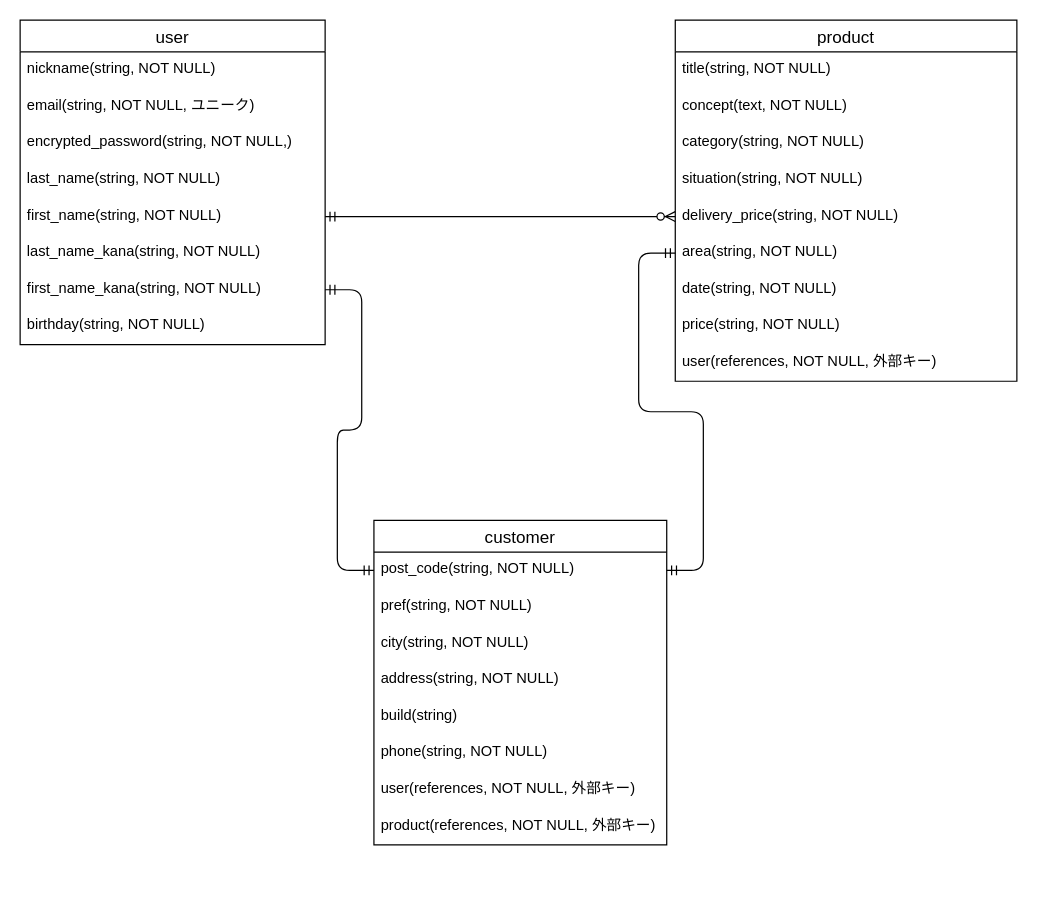
Before: furima.dio in gi-hagi/furima-38644, a draw.io diagram. Source tidied: cells renumbered, new cells numbered last; positions are measured from the earlier drawing's top-left corner, leaving out a move shared by most shapes. Both pictures are drawn from the tidied source at 122%, with x=0, y=0 at pixel (20, 20).
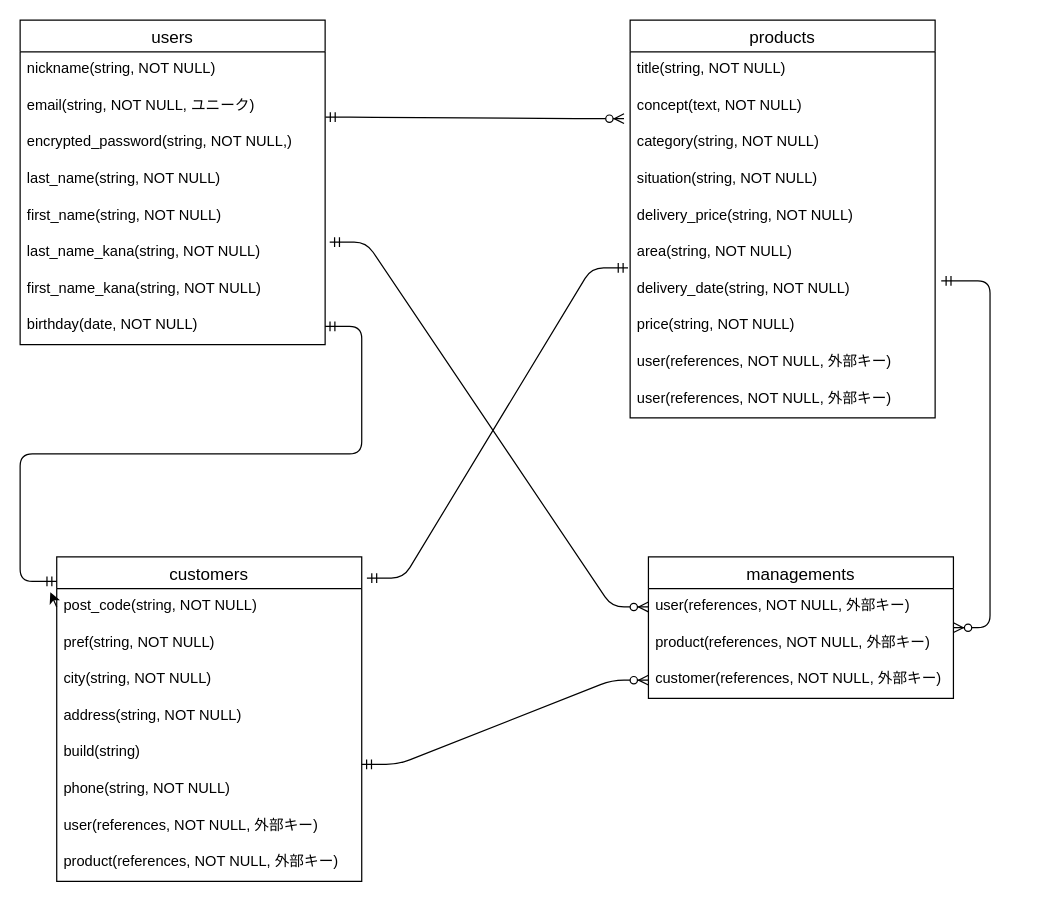
The same diagram, later.

Unchanged cells that the change refers to:
```xml
<mxCell id="4" value="email(string, NOT NULL, ユニーク)" style="text;strokeColor=none;fillColor=none;spacingLeft=4;spacingRight=4;overflow=hidden;points=[[0,0.5],[1,0.5]];portConstraint=eastwest;fontSize=12;" parent="2" vertex="1">
  <mxGeometry y="56" width="250" height="30" as="geometry" />
</mxCell>
<mxCell id="7" value="first_name(string, NOT NULL)" style="text;strokeColor=none;fillColor=none;spacingLeft=4;spacingRight=4;overflow=hidden;points=[[0,0.5],[1,0.5]];portConstraint=eastwest;fontSize=12;" parent="2" vertex="1">
  <mxGeometry y="146" width="250" height="30" as="geometry" />
</mxCell>
<mxCell id="8" value="last_name_kana(string, NOT NULL)" style="text;strokeColor=none;fillColor=none;spacingLeft=4;spacingRight=4;overflow=hidden;points=[[0,0.5],[1,0.5]];portConstraint=eastwest;fontSize=12;" parent="2" vertex="1">
  <mxGeometry y="176" width="250" height="30" as="geometry" />
</mxCell>
<mxCell id="9" value="first_name_kana(string, NOT NULL)" style="text;strokeColor=none;fillColor=none;spacingLeft=4;spacingRight=4;overflow=hidden;points=[[0,0.5],[1,0.5]];portConstraint=eastwest;fontSize=12;" parent="2" vertex="1">
  <mxGeometry y="206" width="250" height="30" as="geometry" />
</mxCell>
```

What changed in the source:
```diff
@@
-    <mxCell id="2" value="user" style="swimlane;fontStyle=0;horizontal=1;startSize=26;align=center;fontSize=14;" parent="1" vertex="1">
+    <mxCell id="2" value="users" style="swimlane;fontStyle=0;horizontal=1;startSize=26;align=center;fontSize=14;" parent="1" vertex="1">
       <mxGeometry width="250" height="266" as="geometry" />
     </mxCell>
@@
-    <mxCell id="10" value="birthday(string, NOT NULL)" style="text;strokeColor=none;fillColor=none;spacingLeft=4;spacingRight=4;overflow=hidden;points=[[0,0.5],[1,0.5]];portConstraint=eastwest;fontSize=12;" parent="2" vertex="1">
+    <mxCell id="10" value="birthday(date, NOT NULL)" style="text;strokeColor=none;fillColor=none;spacingLeft=4;spacingRight=4;overflow=hidden;points=[[0,0.5],[1,0.5]];portConstraint=eastwest;fontSize=12;" parent="2" vertex="1">
       <mxGeometry y="236" width="250" height="30" as="geometry" />
     </mxCell>
-    <mxCell id="11" value="product" style="swimlane;fontStyle=0;horizontal=1;startSize=26;align=center;fontSize=14;" parent="1" vertex="1">
-      <mxGeometry x="537" width="280" height="296" as="geometry" />
+    <mxCell id="11" value="products" style="swimlane;fontStyle=0;horizontal=1;startSize=26;align=center;fontSize=14;" parent="1" vertex="1">
+      <mxGeometry x="500" width="250" height="326" as="geometry" />
     </mxCell>
     <mxCell id="12" value="title(string, NOT NULL)" style="text;strokeColor=none;fillColor=none;spacingLeft=4;spacingRight=4;overflow=hidden;fontSize=12;" parent="11" vertex="1">
-      <mxGeometry y="26" width="280" height="30" as="geometry" />
+      <mxGeometry y="26" width="250" height="30" as="geometry" />
     </mxCell>
     <mxCell id="13" value="concept(text, NOT NULL)" style="text;strokeColor=none;fillColor=none;spacingLeft=4;spacingRight=4;overflow=hidden;fontSize=12;" parent="11" vertex="1">
-      <mxGeometry y="56" width="280" height="30" as="geometry" />
+      <mxGeometry y="56" width="250" height="30" as="geometry" />
     </mxCell>
     <mxCell id="14" value="category(string, NOT NULL)" style="text;strokeColor=none;fillColor=none;spacingLeft=4;spacingRight=4;overflow=hidden;points=[[0,0.5],[1,0.5]];portConstraint=eastwest;fontSize=12;" parent="11" vertex="1">
-      <mxGeometry y="86" width="280" height="30" as="geometry" />
+      <mxGeometry y="86" width="250" height="30" as="geometry" />
     </mxCell>
     <mxCell id="15" value="situation(string, NOT NULL)" style="text;strokeColor=none;fillColor=none;spacingLeft=4;spacingRight=4;overflow=hidden;fontSize=12;" parent="11" vertex="1">
-      <mxGeometry y="116" width="280" height="30" as="geometry" />
+      <mxGeometry y="116" width="250" height="30" as="geometry" />
     </mxCell>
     <mxCell id="16" value="delivery_price(string, NOT NULL)" style="text;strokeColor=none;fillColor=none;spacingLeft=4;spacingRight=4;overflow=hidden;fontSize=12;" parent="11" vertex="1">
-      <mxGeometry y="146" width="280" height="30" as="geometry" />
+      <mxGeometry y="146" width="250" height="30" as="geometry" />
     </mxCell>
     <mxCell id="17" value="area(string, NOT NULL)" style="text;strokeColor=none;fillColor=none;spacingLeft=4;spacingRight=4;overflow=hidden;points=[[0,0.5],[1,0.5]];portConstraint=eastwest;fontSize=12;" parent="11" vertex="1">
-      <mxGeometry y="176" width="280" height="30" as="geometry" />
+      <mxGeometry y="176" width="250" height="30" as="geometry" />
     </mxCell>
-    <mxCell id="18" value="date(string, NOT NULL)" style="text;strokeColor=none;fillColor=none;spacingLeft=4;spacingRight=4;overflow=hidden;points=[[0,0.5],[1,0.5]];portConstraint=eastwest;fontSize=12;" parent="11" vertex="1">
-      <mxGeometry y="206" width="280" height="30" as="geometry" />
+    <mxCell id="18" value="delivery_date(string, NOT NULL)" style="text;strokeColor=none;fillColor=none;spacingLeft=4;spacingRight=4;overflow=hidden;points=[[0,0.5],[1,0.5]];portConstraint=eastwest;fontSize=12;" parent="11" vertex="1">
+      <mxGeometry y="206" width="250" height="30" as="geometry" />
     </mxCell>
     <mxCell id="19" value="price(string, NOT NULL)" style="text;strokeColor=none;fillColor=none;spacingLeft=4;spacingRight=4;overflow=hidden;fontSize=12;" parent="11" vertex="1">
-      <mxGeometry y="236" width="280" height="30" as="geometry" />
+      <mxGeometry y="236" width="250" height="30" as="geometry" />
     </mxCell>
     <mxCell id="20" value="user(references, NOT NULL, 外部キー) " style="text;strokeColor=none;fillColor=none;spacingLeft=4;spacingRight=4;overflow=hidden;fontSize=12;" parent="11" vertex="1">
-      <mxGeometry y="266" width="280" height="30" as="geometry" />
+      <mxGeometry y="266" width="250" height="30" as="geometry" />
     </mxCell>
+    <mxCell id="33" value="user(references, NOT NULL, 外部キー) " style="text;strokeColor=none;fillColor=none;spacingLeft=4;spacingRight=4;overflow=hidden;fontSize=12;" parent="11" vertex="1">
+      <mxGeometry y="296" width="250" height="30" as="geometry" />
+    </mxCell>
-    <mxCell id="21" value="customer" style="swimlane;fontStyle=0;horizontal=1;startSize=26;align=center;fontSize=14;" parent="1" vertex="1">
-      <mxGeometry x="290" y="410" width="240" height="266" as="geometry" />
+    <mxCell id="21" value="customers" style="swimlane;fontStyle=0;horizontal=1;startSize=26;align=center;fontSize=14;" parent="1" vertex="1">
+      <mxGeometry x="30" y="440" width="250" height="266" as="geometry" />
     </mxCell>
     <mxCell id="22" value="post_code(string, NOT NULL)" style="text;strokeColor=none;fillColor=none;spacingLeft=4;spacingRight=4;overflow=hidden;points=[[0,0.5],[1,0.5]];portConstraint=eastwest;fontSize=12;" parent="21" vertex="1">
-      <mxGeometry y="26" width="240" height="30" as="geometry" />
+      <mxGeometry y="26" width="250" height="30" as="geometry" />
     </mxCell>
     <mxCell id="23" value="pref(string, NOT NULL)" style="text;strokeColor=none;fillColor=none;spacingLeft=4;spacingRight=4;overflow=hidden;fontSize=12;" parent="21" vertex="1">
-      <mxGeometry y="56" width="240" height="30" as="geometry" />
+      <mxGeometry y="56" width="250" height="30" as="geometry" />
     </mxCell>
     <mxCell id="24" value="city(string, NOT NULL)" style="text;strokeColor=none;fillColor=none;spacingLeft=4;spacingRight=4;overflow=hidden;fontSize=12;" parent="21" vertex="1">
-      <mxGeometry y="86" width="240" height="30" as="geometry" />
+      <mxGeometry y="86" width="250" height="30" as="geometry" />
     </mxCell>
     <mxCell id="25" value="address(string, NOT NULL)" style="text;strokeColor=none;fillColor=none;spacingLeft=4;spacingRight=4;overflow=hidden;fontSize=12;" parent="21" vertex="1">
-      <mxGeometry y="116" width="240" height="30" as="geometry" />
+      <mxGeometry y="116" width="250" height="30" as="geometry" />
     </mxCell>
     <mxCell id="26" value="build(string)" style="text;strokeColor=none;fillColor=none;spacingLeft=4;spacingRight=4;overflow=hidden;fontSize=12;" parent="21" vertex="1">
-      <mxGeometry y="146" width="240" height="30" as="geometry" />
+      <mxGeometry y="146" width="250" height="30" as="geometry" />
     </mxCell>
     <mxCell id="27" value="phone(string, NOT NULL)" style="text;strokeColor=none;fillColor=none;spacingLeft=4;spacingRight=4;overflow=hidden;fontSize=12;" parent="21" vertex="1">
-      <mxGeometry y="176" width="240" height="30" as="geometry" />
+      <mxGeometry y="176" width="250" height="30" as="geometry" />
     </mxCell>
     <mxCell id="28" value="user(references, NOT NULL, 外部キー)" style="text;strokeColor=none;fillColor=none;spacingLeft=4;spacingRight=4;overflow=hidden;fontSize=12;" parent="21" vertex="1">
-      <mxGeometry y="206" width="240" height="30" as="geometry" />
+      <mxGeometry y="206" width="250" height="30" as="geometry" />
     </mxCell>
     <mxCell id="29" value="product(references, NOT NULL, 外部キー)" style="text;strokeColor=none;fillColor=none;spacingLeft=4;spacingRight=4;overflow=hidden;fontSize=12;" parent="21" vertex="1">
-      <mxGeometry y="236" width="240" height="30" as="geometry" />
+      <mxGeometry y="236" width="250" height="30" as="geometry" />
     </mxCell>
+    <mxCell id="34" style="edgeStyle=none;html=1;exitX=0;exitY=0.5;exitDx=0;exitDy=0;entryX=-0.021;entryY=0.1;entryDx=0;entryDy=0;entryPerimeter=0;" parent="21" edge="1" source="22" target="22">
+      <mxGeometry relative="1" as="geometry" />
+    </mxCell>
-    <mxCell id="30" style="edgeStyle=entityRelationEdgeStyle;fontSize=12;html=1;endArrow=ERzeroToMany;startArrow=ERmandOne;exitX=1;exitY=0.5;exitDx=0;exitDy=0;entryX=0;entryY=0.5;entryDx=0;entryDy=0;" parent="1" edge="1" source="7">
-      <mxGeometry relative="1" as="geometry">
-        <mxPoint x="537" y="161" as="targetPoint" />
-      </mxGeometry>
+    <mxCell id="30" style="edgeStyle=entityRelationEdgeStyle;fontSize=12;html=1;endArrow=ERzeroToMany;startArrow=ERmandOne;exitX=1.001;exitY=0.786;exitDx=0;exitDy=0;entryX=-0.02;entryY=-0.175;entryDx=0;entryDy=0;exitPerimeter=0;entryPerimeter=0;" parent="1" edge="1" source="4" target="14">
+      <mxGeometry relative="1" as="geometry" />
     </mxCell>
-    <mxCell id="31" style="edgeStyle=entityRelationEdgeStyle;fontSize=12;html=1;endArrow=ERmandOne;startArrow=ERmandOne;exitX=1;exitY=0.5;exitDx=0;exitDy=0;" parent="1" edge="1" source="22" target="17">
+    <mxCell id="31" style="edgeStyle=entityRelationEdgeStyle;fontSize=12;html=1;endArrow=ERmandOne;startArrow=ERmandOne;exitX=1.017;exitY=0.065;exitDx=0;exitDy=0;exitPerimeter=0;entryX=-0.007;entryY=0.904;entryDx=0;entryDy=0;entryPerimeter=0;" parent="1" edge="1" source="21" target="17">
       <mxGeometry relative="1" as="geometry" />
     </mxCell>
-    <mxCell id="32" style="edgeStyle=entityRelationEdgeStyle;fontSize=12;html=1;endArrow=ERmandOne;startArrow=ERmandOne;entryX=0;entryY=0.5;entryDx=0;entryDy=0;exitX=1;exitY=0.5;exitDx=0;exitDy=0;" parent="1" edge="1" source="9" target="22">
-      <mxGeometry relative="1" as="geometry" />
+    <mxCell id="32" style="edgeStyle=entityRelationEdgeStyle;fontSize=12;html=1;endArrow=ERmandOne;startArrow=ERmandOne;exitX=1;exitY=0.5;exitDx=0;exitDy=0;" parent="1" edge="1" source="10">
+      <mxGeometry relative="1" as="geometry">
+        <mxPoint x="30" y="460" as="targetPoint" />
+      </mxGeometry>
     </mxCell>
+    <mxCell id="35" value="managements" style="swimlane;fontStyle=0;horizontal=1;startSize=26;align=center;fontSize=14;" parent="1" vertex="1">
+      <mxGeometry x="515" y="440" width="250" height="116" as="geometry" />
+    </mxCell>
+    <mxCell id="36" value="user(references, NOT NULL, 外部キー)" style="text;strokeColor=none;fillColor=none;spacingLeft=4;spacingRight=4;overflow=hidden;points=[[0,0.5],[1,0.5]];portConstraint=eastwest;fontSize=12;" parent="35" vertex="1">
+      <mxGeometry y="26" width="250" height="30" as="geometry" />
+    </mxCell>
+    <mxCell id="37" value="product(references, NOT NULL, 外部キー)" style="text;strokeColor=none;fillColor=none;spacingLeft=4;spacingRight=4;overflow=hidden;fontSize=12;" parent="35" vertex="1">
+      <mxGeometry y="56" width="250" height="30" as="geometry" />
+    </mxCell>
+    <mxCell id="38" value="customer(references, NOT NULL, 外部キー)" style="text;strokeColor=none;fillColor=none;spacingLeft=4;spacingRight=4;overflow=hidden;points=[[0,0.5],[1,0.5]];portConstraint=eastwest;fontSize=12;" parent="35" vertex="1">
+      <mxGeometry y="86" width="250" height="30" as="geometry" />
+    </mxCell>
+    <mxCell id="39" style="edgeStyle=entityRelationEdgeStyle;fontSize=12;html=1;endArrow=ERzeroToMany;startArrow=ERmandOne;elbow=vertical;entryX=0;entryY=0.5;entryDx=0;entryDy=0;" parent="1" edge="1" target="38">
+      <mxGeometry relative="1" as="geometry">
+        <mxPoint x="280" y="610" as="sourcePoint" />
+      </mxGeometry>
+    </mxCell>
+    <mxCell id="40" style="edgeStyle=entityRelationEdgeStyle;fontSize=12;html=1;endArrow=ERzeroToMany;startArrow=ERmandOne;elbow=vertical;exitX=1.02;exitY=0.257;exitDx=0;exitDy=0;exitPerimeter=0;" parent="1" edge="1" source="18" target="35">
+      <mxGeometry relative="1" as="geometry" />
+    </mxCell>
+    <mxCell id="41" style="edgeStyle=entityRelationEdgeStyle;fontSize=12;html=1;endArrow=ERzeroToMany;startArrow=ERmandOne;elbow=vertical;exitX=1.015;exitY=0.198;exitDx=0;exitDy=0;exitPerimeter=0;entryX=0;entryY=0.5;entryDx=0;entryDy=0;" parent="1" edge="1" source="8" target="36">
+      <mxGeometry relative="1" as="geometry" />
+    </mxCell>
```
